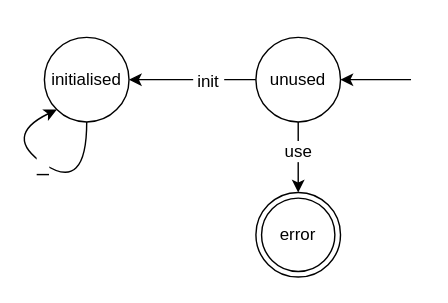
This is tex/background/figures/use-before.drawio from andersfischernielsen/Finding-Resource-Manipulation-Bugs-with-Monitor-Automata-on-the-Example-of-the-Linux-Kernel, a draw.io file, before an edit. Source tidied: cells renumbered, new cells numbered last; positions are measured from the earlier drawing's top-left corner, leaving out a move shared by most shapes. Both pictures are drawn from the tidied source at 141%, with x=0, y=0 at pixel (1, 37).
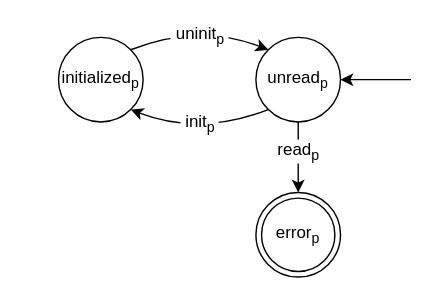
Above is the later version.

Diff of the diagram source:
```diff
@@
 <mxGraphModel>
   <root>
     <mxCell id="0" />
     <mxCell id="1" parent="0" />
-    <mxCell id="2" value="initialised" style="ellipse;whiteSpace=wrap;html=1;" parent="1" vertex="1">
-      <mxGeometry x="30" width="60" height="60" as="geometry" />
+    <mxCell id="2" value="initialized&lt;sub&gt;p&lt;/sub&gt;" style="ellipse;whiteSpace=wrap;html=1;" parent="1" vertex="1">
+      <mxGeometry x="40" width="60" height="60" as="geometry" />
     </mxCell>
     <mxCell id="3" style="endArrow=classic;html=1;entryX=1;entryY=0.5;entryDx=0;entryDy=0;" parent="1" edge="1" target="10">
       <mxGeometry relative="1" as="geometry">
         <mxPoint x="290" y="30" as="sourcePoint" />
       </mxGeometry>
     </mxCell>
-    <mxCell id="4" style="curved=1;endArrow=classic;html=1;exitX=0.5;exitY=1;exitDx=0;exitDy=0;entryX=0;entryY=1;entryDx=0;entryDy=0;" parent="1" edge="1" source="2" target="2">
-      <mxGeometry relative="1" as="geometry">
-        <Array as="points">
-          <mxPoint x="60" y="110" />
-          <mxPoint y="70" />
-        </Array>
-      </mxGeometry>
-    </mxCell>
-    <mxCell id="5" value="&lt;font style=&quot;font-size: 15px&quot;&gt;_&lt;/font&gt;" style="text;html=1;align=center;verticalAlign=middle;labelBackgroundColor=#ffffff;" parent="4" vertex="1">
-      <mxGeometry x="0.07" relative="1" as="geometry" />
-    </mxCell>
     <mxCell id="6" style="rounded=0;jettySize=auto;html=1;exitX=0.5;exitY=1;exitDx=0;exitDy=0;entryX=0.5;entryY=0;entryDx=0;entryDy=0;" parent="1" edge="1" source="10">
       <mxGeometry relative="1" as="geometry">
         <mxPoint x="210" y="110" as="targetPoint" />
       </mxGeometry>
     </mxCell>
-    <mxCell id="7" value="use" style="text;html=1;align=center;verticalAlign=middle;labelBackgroundColor=#ffffff;" parent="6" vertex="1">
+    <mxCell id="7" value="read&lt;sub&gt;p&lt;/sub&gt;" style="text;html=1;align=center;verticalAlign=middle;labelBackgroundColor=#ffffff;" parent="6" vertex="1">
       <mxGeometry x="-0.2" y="-1" relative="1" as="geometry" />
     </mxCell>
-    <mxCell id="8" style="edgeStyle=none;rounded=0;jettySize=auto;html=1;exitX=0;exitY=0.5;exitDx=0;exitDy=0;entryX=1;entryY=0.5;entryDx=0;entryDy=0;" parent="1" edge="1" source="10" target="2">
-      <mxGeometry relative="1" as="geometry" />
+    <mxCell id="8" style="edgeStyle=none;jettySize=auto;html=1;exitX=0;exitY=1;exitDx=0;exitDy=0;entryX=1;entryY=1;entryDx=0;entryDy=0;curved=1;" parent="1" edge="1" source="10" target="2">
+      <mxGeometry relative="1" as="geometry">
+        <Array as="points">
+          <mxPoint x="140" y="70" />
+        </Array>
+      </mxGeometry>
     </mxCell>
-    <mxCell id="9" value="&amp;nbsp;init&amp;nbsp;" style="text;html=1;align=center;verticalAlign=middle;labelBackgroundColor=#ffffff;" parent="8" vertex="1">
-      <mxGeometry x="-0.22" y="1" relative="1" as="geometry" />
+    <mxCell id="9" value="&amp;nbsp;init&lt;sub&gt;p&amp;nbsp;&lt;/sub&gt;" style="text;html=1;align=center;verticalAlign=middle;labelBackgroundColor=#ffffff;" parent="8" vertex="1">
+      <mxGeometry x="-0.22" y="1" relative="1" as="geometry">
+        <mxPoint x="-11" y="-6" as="offset" />
+      </mxGeometry>
     </mxCell>
-    <mxCell id="10" value="unused" style="ellipse;whiteSpace=wrap;html=1;" parent="1" vertex="1">
+    <mxCell id="10" value="unread&lt;sub&gt;p&lt;/sub&gt;" style="ellipse;whiteSpace=wrap;html=1;" parent="1" vertex="1">
       <mxGeometry x="180" width="60" height="60" as="geometry" />
     </mxCell>
-    <mxCell id="11" value="error" style="ellipse;shape=doubleEllipse;whiteSpace=wrap;html=1;" parent="1" vertex="1">
+    <mxCell id="11" value="error&lt;sub&gt;p&lt;/sub&gt;" style="ellipse;shape=doubleEllipse;whiteSpace=wrap;html=1;" parent="1" vertex="1">
       <mxGeometry x="180" y="110" width="60" height="60" as="geometry" />
     </mxCell>
+    <mxCell id="12" style="endArrow=classic;html=1;exitX=1;exitY=0;exitDx=0;exitDy=0;entryX=0;entryY=0;entryDx=0;entryDy=0;curved=1;" parent="1" edge="1" source="2" target="10">
+      <mxGeometry relative="1" as="geometry">
+        <Array as="points">
+          <mxPoint x="140" y="-10" />
+        </Array>
+      </mxGeometry>
+    </mxCell>
+    <mxCell id="13" value="&amp;nbsp;uninit&lt;sub&gt;p&amp;nbsp;&lt;/sub&gt;" style="text;html=1;align=center;verticalAlign=middle;labelBackgroundColor=#ffffff;" parent="12" vertex="1">
+      <mxGeometry x="-0.16" y="-14" relative="1" as="geometry">
+        <mxPoint x="2" y="-8" as="offset" />
+      </mxGeometry>
+    </mxCell>
   </root>
 </mxGraphModel>
```
